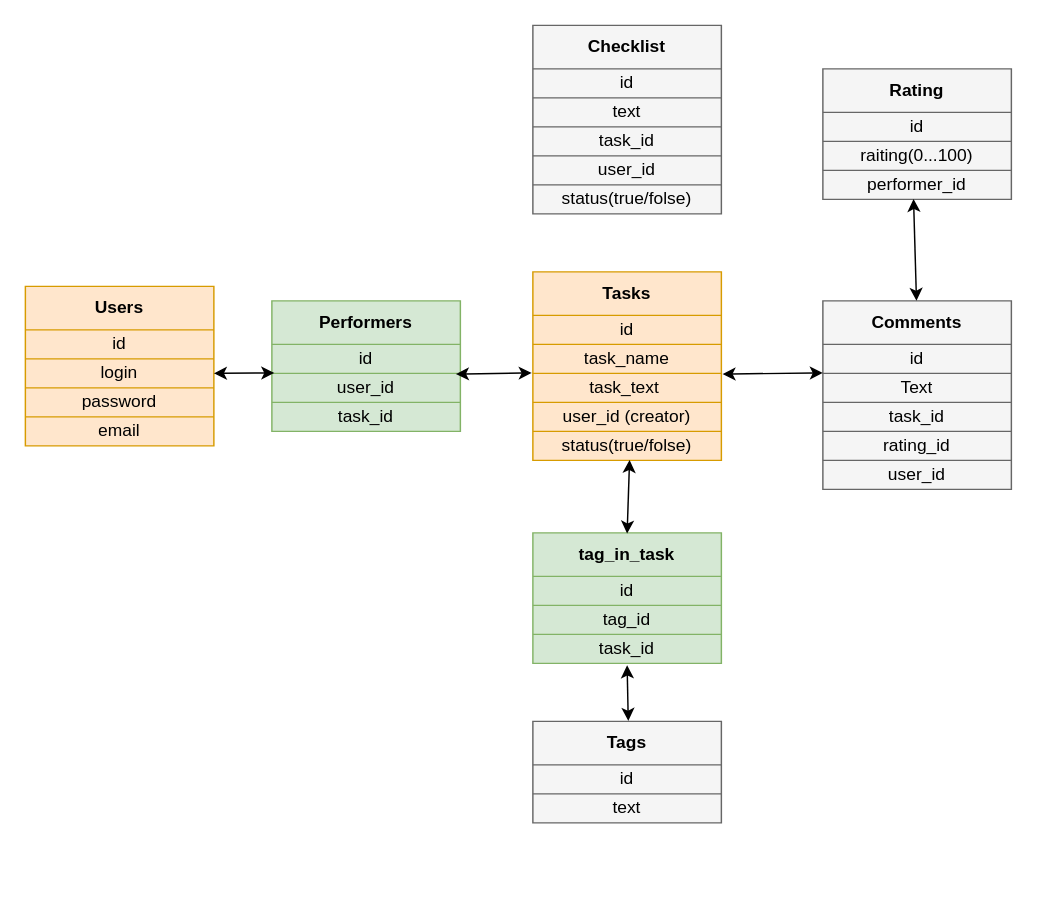
Above: Untitled Diagram.drawio in newdenweer/promise-learning (draw.io), before the change. Source tidied: cells renumbered, new cells numbered last; positions are measured from the earlier drawing's top-left corner, leaving out a move shared by most shapes. Both pictures are drawn from the tidied source at 145%, with x=0, y=0 at pixel (25, 25).
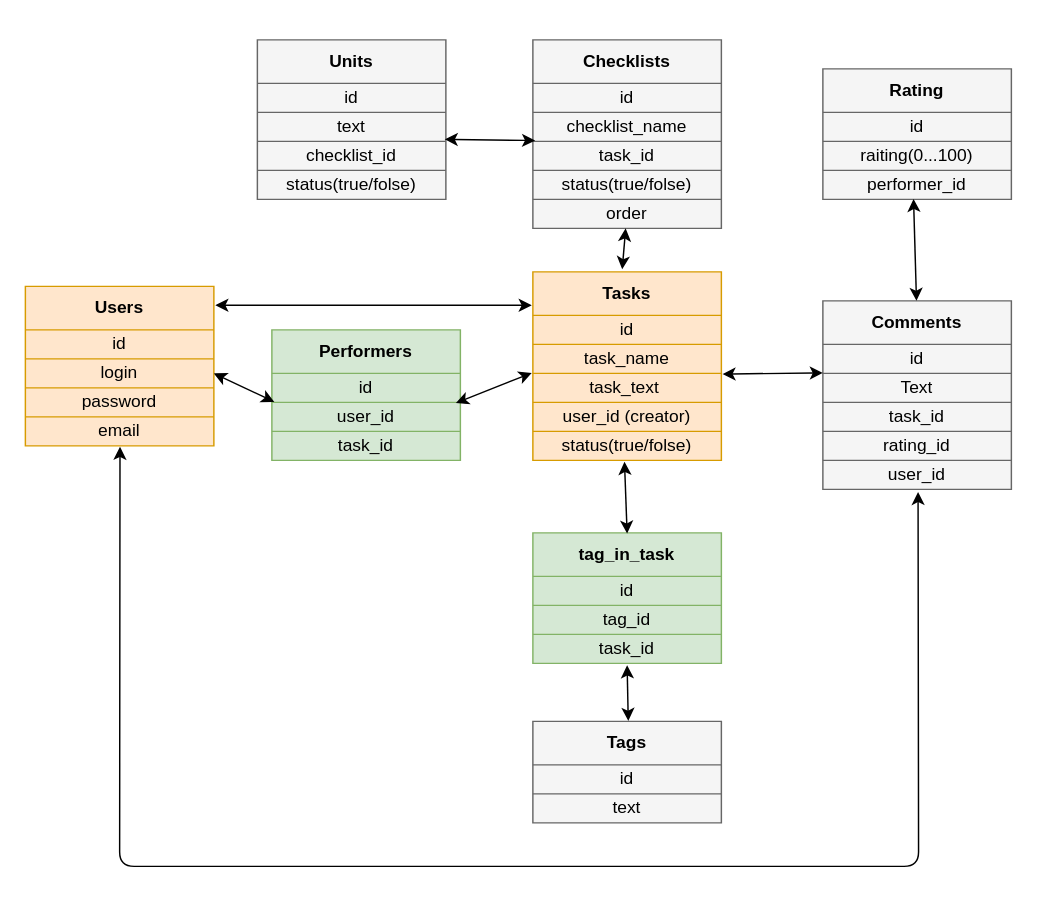
Above is the later version.

The change refers to these unchanged cells:
```xml
<mxCell id="3" style="shape=partialRectangle;html=1;whiteSpace=wrap;fillColor=none;top=0;left=0;bottom=0;right=0;points=[[0,0.5],[1,0.5]];portConstraint=eastwest;" parent="2" vertex="1">
  <mxGeometry width="130" height="30" as="geometry" />
</mxCell>
<mxCell id="13" style="shape=partialRectangle;html=1;whiteSpace=wrap;fillColor=none;top=0;left=0;bottom=0;right=0;points=[[0,0.5],[1,0.5]];portConstraint=eastwest;" parent="2" vertex="1">
  <mxGeometry y="110" width="130" height="20" as="geometry" />
</mxCell>
<mxCell id="24" style="shape=partialRectangle;html=1;whiteSpace=wrap;fillColor=none;top=0;left=0;bottom=0;right=0;points=[[0,0.5],[1,0.5]];portConstraint=eastwest;" parent="15" vertex="1">
  <mxGeometry y="90" width="130" height="20" as="geometry" />
</mxCell>
<mxCell id="45" style="shape=partialRectangle;html=1;whiteSpace=wrap;fillColor=none;top=0;left=0;bottom=0;right=0;points=[[0,0.5],[1,0.5]];portConstraint=eastwest;" parent="44" vertex="1">
  <mxGeometry width="130" height="30" as="geometry" />
</mxCell>
<mxCell id="75" style="shape=partialRectangle;html=1;whiteSpace=wrap;fillColor=none;top=0;left=0;bottom=0;right=0;points=[[0,0.5],[1,0.5]];portConstraint=eastwest;" parent="64" vertex="1">
  <mxGeometry y="110" width="130" height="20" as="geometry" />
</mxCell>
<mxCell id="79" style="shape=partialRectangle;html=1;whiteSpace=wrap;fillColor=none;top=0;left=0;bottom=0;right=0;" parent="78" vertex="1">
  <mxGeometry width="130" height="30" as="geometry" />
</mxCell>
<mxCell id="83" style="shape=partialRectangle;html=1;whiteSpace=wrap;fillColor=none;top=0;left=0;bottom=0;right=0;" parent="78" vertex="1">
  <mxGeometry y="50" width="130" height="20" as="geometry" />
</mxCell>
<mxCell id="85" style="shape=partialRectangle;html=1;whiteSpace=wrap;fillColor=none;top=0;left=0;bottom=0;right=0;points=[[0,0.5],[1,0.5]];portConstraint=eastwest;" parent="78" vertex="1">
  <mxGeometry y="70" width="130" height="20" as="geometry" />
</mxCell>
```

What changed in the source:
```diff
@@
     <mxCell id="26" style="shape=table;html=1;whiteSpace=wrap;startSize=0;childLayout=tableLayout;fillColor=#d5e8d4;strokeColor=#82b366;" parent="1" vertex="1">
-      <mxGeometry x="170" y="190" width="130" height="90" as="geometry" />
+      <mxGeometry x="170" y="210" width="130" height="90" as="geometry" />
     </mxCell>
@@
-    <mxCell id="53" style="endArrow=classic;startArrow=classic;html=1;exitX=0.5;exitY=0.017;exitDx=0;exitDy=0;exitPerimeter=0;entryX=0.513;entryY=0.983;entryDx=0;entryDy=0;entryPerimeter=0;" parent="1" edge="1" source="45" target="13">
+    <mxCell id="53" style="endArrow=classic;startArrow=classic;html=1;exitX=0.5;exitY=0.017;exitDx=0;exitDy=0;exitPerimeter=0;entryX=0.486;entryY=1.05;entryDx=0;entryDy=0;entryPerimeter=0;" parent="1" edge="1" source="45" target="13">
       <mxGeometry relative="1" as="geometry" />
     </mxCell>
@@
     <mxCell id="78" style="shape=table;html=1;whiteSpace=wrap;startSize=0;childLayout=tableLayout;fillColor=#f5f5f5;strokeColor=#666666;fontColor=#333333;" parent="1" vertex="1">
-      <mxGeometry x="350" width="130" height="130" as="geometry" />
+      <mxGeometry x="350" y="10" width="130" height="130" as="geometry" />
     </mxCell>
@@
-    <mxCell id="80" value="&lt;b&gt;Checklist&lt;/b&gt;" style="shape=partialRectangle;html=1;whiteSpace=wrap;overflow=hidden;fillColor=none;top=0;left=0;bottom=0;right=0;" parent="79" vertex="1">
+    <mxCell id="80" value="&lt;b&gt;Checklists&lt;/b&gt;" style="shape=partialRectangle;html=1;whiteSpace=wrap;overflow=hidden;fillColor=none;top=0;left=0;bottom=0;right=0;" parent="79" vertex="1">
       <mxGeometry width="130" height="30" as="geometry" />
     </mxCell>
@@
-    <mxCell id="84" value="text" style="shape=partialRectangle;html=1;whiteSpace=wrap;overflow=hidden;fillColor=none;top=0;left=0;bottom=0;right=0;" parent="83" vertex="1">
+    <mxCell id="84" value="checklist_name" style="shape=partialRectangle;html=1;whiteSpace=wrap;overflow=hidden;fillColor=none;top=0;left=0;bottom=0;right=0;" parent="83" vertex="1">
       <mxGeometry width="130" height="20" as="geometry" />
     </mxCell>
@@
-    <mxCell id="87" style="shape=partialRectangle;html=1;whiteSpace=wrap;fillColor=none;top=0;left=0;bottom=0;right=0;" parent="78" vertex="1">
-      <mxGeometry y="90" width="130" height="20" as="geometry" />
-    </mxCell>
-    <mxCell id="88" value="user_id" style="shape=partialRectangle;html=1;whiteSpace=wrap;overflow=hidden;fillColor=none;top=0;left=0;bottom=0;right=0;" parent="87" vertex="1">
-      <mxGeometry width="130" height="20" as="geometry" />
-    </mxCell>
     <mxCell id="89" style="shape=partialRectangle;html=1;whiteSpace=wrap;fillColor=none;top=0;left=0;bottom=0;right=0;" parent="78" vertex="1">
-      <mxGeometry y="110" width="130" height="20" as="geometry" />
+      <mxGeometry y="90" width="130" height="20" as="geometry" />
     </mxCell>
@@
+    <mxCell id="92" style="shape=partialRectangle;html=1;whiteSpace=wrap;fillColor=none;top=0;left=0;bottom=0;right=0;" parent="78" vertex="1">
+      <mxGeometry y="110" width="130" height="20" as="geometry" />
+    </mxCell>
+    <mxCell id="93" value="order" style="shape=partialRectangle;html=1;whiteSpace=wrap;overflow=hidden;fillColor=none;top=0;left=0;bottom=0;right=0;" parent="92" vertex="1">
+      <mxGeometry width="130" height="20" as="geometry" />
+    </mxCell>
@@
+    <mxCell id="94" style="shape=table;html=1;whiteSpace=wrap;startSize=0;childLayout=tableLayout;fillColor=#f5f5f5;strokeColor=#666666;fontColor=#333333;" parent="1" vertex="1">
+      <mxGeometry x="160" y="10" width="130" height="110" as="geometry" />
+    </mxCell>
+    <mxCell id="95" style="shape=partialRectangle;html=1;whiteSpace=wrap;fillColor=none;top=0;left=0;bottom=0;right=0;" parent="94" vertex="1">
+      <mxGeometry width="130" height="30" as="geometry" />
+    </mxCell>
+    <mxCell id="96" value="&lt;b&gt;Units&lt;/b&gt;" style="shape=partialRectangle;html=1;whiteSpace=wrap;overflow=hidden;fillColor=none;top=0;left=0;bottom=0;right=0;" parent="95" vertex="1">
+      <mxGeometry width="130" height="30" as="geometry" />
+    </mxCell>
+    <mxCell id="97" style="shape=partialRectangle;html=1;whiteSpace=wrap;fillColor=none;top=0;left=0;bottom=0;right=0;" parent="94" vertex="1">
+      <mxGeometry y="30" width="130" height="20" as="geometry" />
+    </mxCell>
+    <mxCell id="98" value="id" style="shape=partialRectangle;html=1;whiteSpace=wrap;overflow=hidden;fillColor=none;top=0;left=0;bottom=0;right=0;" parent="97" vertex="1">
+      <mxGeometry width="130" height="20" as="geometry" />
+    </mxCell>
+    <mxCell id="99" style="shape=partialRectangle;html=1;whiteSpace=wrap;fillColor=none;top=0;left=0;bottom=0;right=0;" parent="94" vertex="1">
+      <mxGeometry y="50" width="130" height="20" as="geometry" />
+    </mxCell>
+    <mxCell id="100" value="text" style="shape=partialRectangle;html=1;whiteSpace=wrap;overflow=hidden;fillColor=none;top=0;left=0;bottom=0;right=0;" parent="99" vertex="1">
+      <mxGeometry width="130" height="20" as="geometry" />
+    </mxCell>
+    <mxCell id="101" style="shape=partialRectangle;html=1;whiteSpace=wrap;fillColor=none;top=0;left=0;bottom=0;right=0;points=[[0,0.5],[1,0.5]];portConstraint=eastwest;" parent="94" vertex="1">
+      <mxGeometry y="70" width="130" height="20" as="geometry" />
+    </mxCell>
+    <mxCell id="102" value="checklist_id" style="shape=partialRectangle;html=1;whiteSpace=wrap;overflow=hidden;fillColor=none;top=0;left=0;bottom=0;right=0;" parent="101" vertex="1">
+      <mxGeometry width="130" height="20" as="geometry" />
+    </mxCell>
+    <mxCell id="87" style="shape=partialRectangle;html=1;whiteSpace=wrap;fillColor=none;top=0;left=0;bottom=0;right=0;" parent="94" vertex="1">
+      <mxGeometry y="90" width="130" height="20" as="geometry" />
+    </mxCell>
+    <mxCell id="103" value="status(true/folse)" style="shape=partialRectangle;html=1;whiteSpace=wrap;overflow=hidden;fillColor=none;top=0;left=0;bottom=0;right=0;" parent="87" vertex="1">
+      <mxGeometry width="130" height="20" as="geometry" />
+    </mxCell>
+    <mxCell id="104" style="endArrow=classic;startArrow=classic;html=1;entryX=0.012;entryY=-0.03;entryDx=0;entryDy=0;entryPerimeter=0;exitX=0.994;exitY=-0.07;exitDx=0;exitDy=0;exitPerimeter=0;" parent="1" edge="1" source="101" target="85">
+      <mxGeometry relative="1" as="geometry" />
+    </mxCell>
+    <mxCell id="105" style="endArrow=classic;startArrow=classic;html=1;exitX=0.474;exitY=-0.06;exitDx=0;exitDy=0;exitPerimeter=0;" parent="1" edge="1" source="3">
+      <mxGeometry relative="1" as="geometry">
+        <mxPoint x="414" y="140" as="targetPoint" />
+      </mxGeometry>
+    </mxCell>
+    <mxCell id="106" style="endArrow=classic;startArrow=classic;html=1;entryX=0.505;entryY=1.09;entryDx=0;entryDy=0;entryPerimeter=0;exitX=0.502;exitY=1.03;exitDx=0;exitDy=0;exitPerimeter=0;" parent="1" edge="1" source="24" target="75">
+      <mxGeometry relative="1" as="geometry">
+        <Array as="points">
+          <mxPoint x="65" y="580" />
+          <mxPoint x="616" y="580" />
+        </Array>
+      </mxGeometry>
+    </mxCell>
+    <mxCell id="107" style="endArrow=classic;startArrow=classic;html=1;entryX=-0.006;entryY=0.767;entryDx=0;entryDy=0;entryPerimeter=0;" parent="1" edge="1" target="3">
+      <mxGeometry relative="1" as="geometry">
+        <mxPoint x="131" y="193" as="sourcePoint" />
+      </mxGeometry>
+    </mxCell>
```
